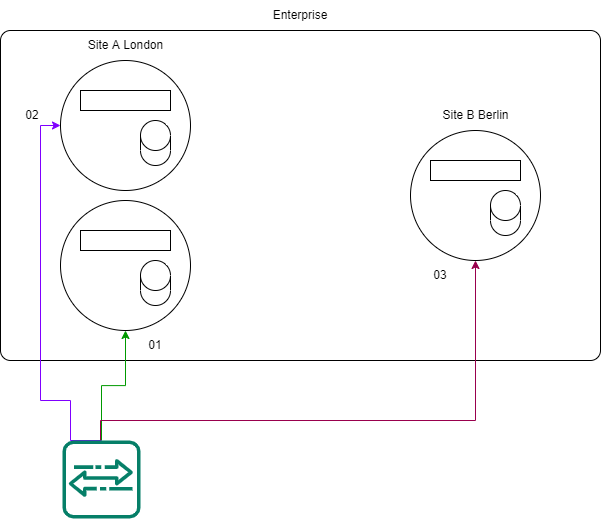
Before: images/Imprivata.drawio.png, a diagram exported from draw.io (Radriverron/radriverron.github.io). Source tidied: cells renumbered, new cells last; positions are measured from the earlier drawing's top-left corner, leaving out a move shared by most shapes.
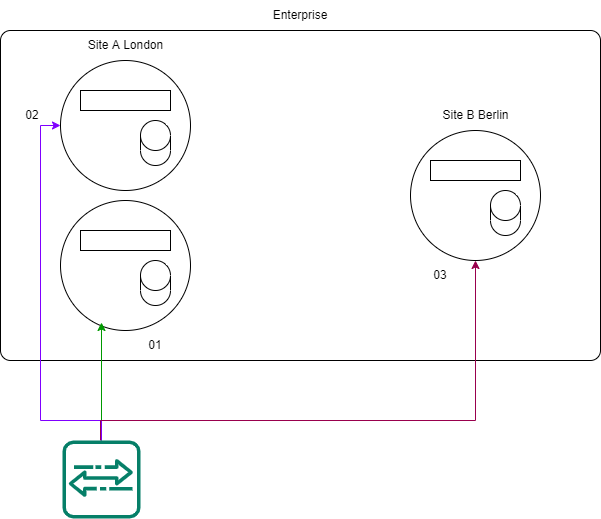
Later version of the same file.

Diff of the diagram source:
```diff
@@ -41,16 +41,17 @@
     <mxCell id="14" style="shape=cylinder3;whiteSpace=wrap;html=1;boundedLbl=1;backgroundOutline=1;size=15;" parent="1" vertex="1">
       <mxGeometry x="140" y="260" width="30" height="45" as="geometry" />
     </mxCell>
-    <mxCell id="15" style="edgeStyle=orthogonalEdgeStyle;rounded=0;jettySize=auto;html=1;entryX=0.5;entryY=1;entryDx=0;entryDy=0;fillColor=#d5e8d4;strokeColor=#009900;" parent="1" edge="1" source="18" target="4">
-      <mxGeometry relative="1" as="geometry" />
+    <mxCell id="15" style="edgeStyle=orthogonalEdgeStyle;rounded=0;jettySize=auto;html=1;fillColor=#d5e8d4;strokeColor=#009900;" parent="1" edge="1" source="18">
+      <mxGeometry relative="1" as="geometry">
+        <mxPoint x="101" y="322" as="targetPoint" />
+      </mxGeometry>
     </mxCell>
     <mxCell id="16" style="edgeStyle=orthogonalEdgeStyle;rounded=0;jettySize=auto;html=1;entryX=0;entryY=0.5;entryDx=0;entryDy=0;strokeColor=#7F00FF;" parent="1" edge="1" target="3">
       <mxGeometry relative="1" as="geometry">
         <mxPoint x="101" y="440" as="sourcePoint" />
         <Array as="points">
-          <mxPoint x="70" y="440" />
-          <mxPoint x="70" y="400" />
-          <mxPoint x="40" y="400" />
+          <mxPoint x="101" y="420" />
+          <mxPoint x="40" y="420" />
           <mxPoint x="40" y="125" />
         </Array>
       </mxGeometry>
```
